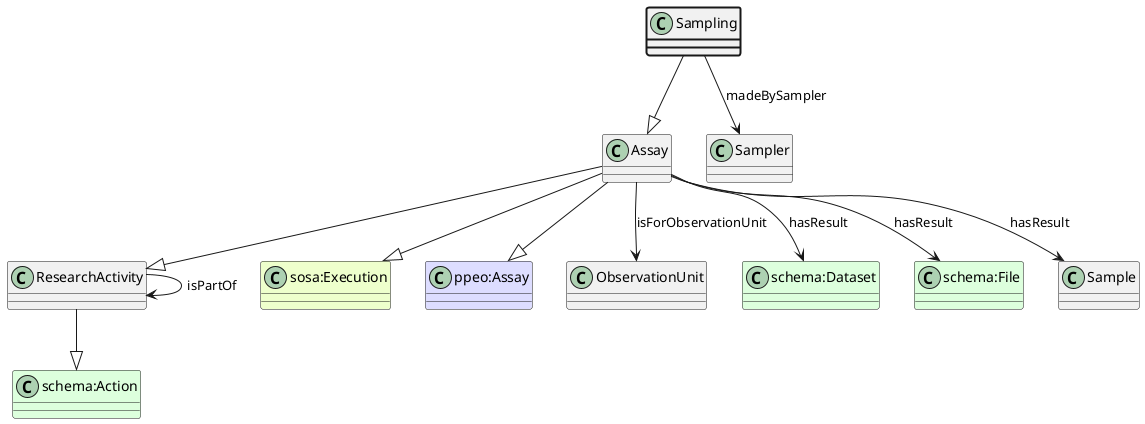
This is ttl_uml/ttl_appn_Sampling.png from aus-plant-phenomics-network/appn-schema, a PlantUML export, as it was before one commit.
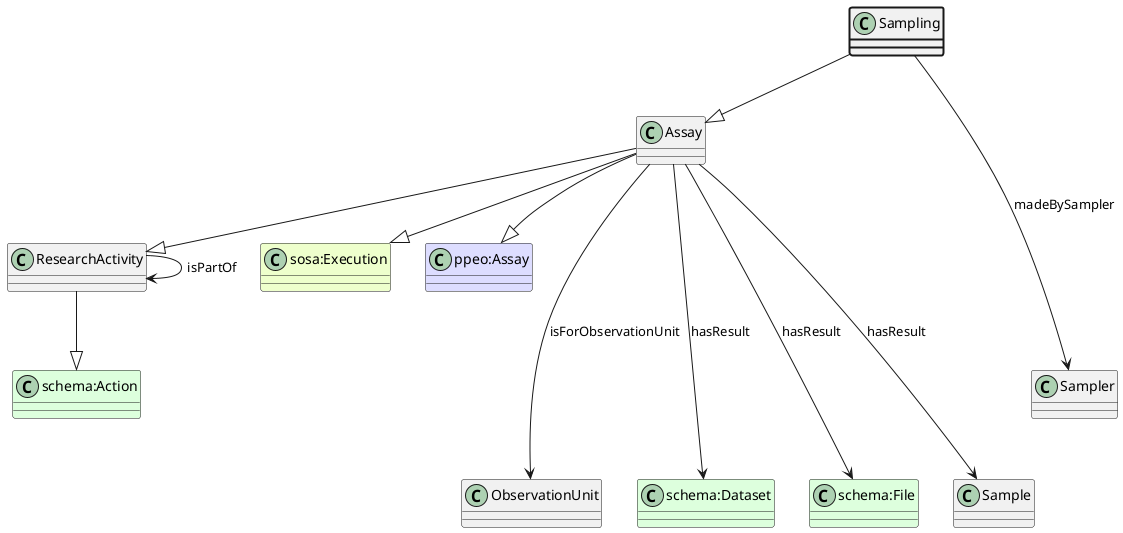
After the commit.

What changed in the source:
```diff
@@ -5,21 +5,21 @@
 class "schema:Action" #DDFFDD
 ResearchActivity --|> "schema:Action"
 class ResearchActivity
-ResearchActivity --> ResearchActivity : isPartOf
+ResearchActivity ----> ResearchActivity : isPartOf
 Assay --|> ResearchActivity
 class "sosa:Execution" #EEFFCC
 Assay --|> "sosa:Execution"
 class "ppeo:Assay" #DDDDFF
 Assay --|> "ppeo:Assay"
 class ObservationUnit
-Assay --> ObservationUnit : isForObservationUnit
+Assay ----> ObservationUnit : isForObservationUnit
 class "schema:Dataset" #DDFFDD
-Assay --> "schema:Dataset" : hasResult
+Assay ----> "schema:Dataset" : hasResult
 class "schema:File" #DDFFDD
-Assay --> "schema:File" : hasResult
+Assay ----> "schema:File" : hasResult
 class Sample
-Assay --> Sample : hasResult
+Assay ----> Sample : hasResult
 Sampling --|> Assay
 class Sampler
-Sampling --> Sampler : madeBySampler
+Sampling ----> Sampler : madeBySampler
 @enduml
```
